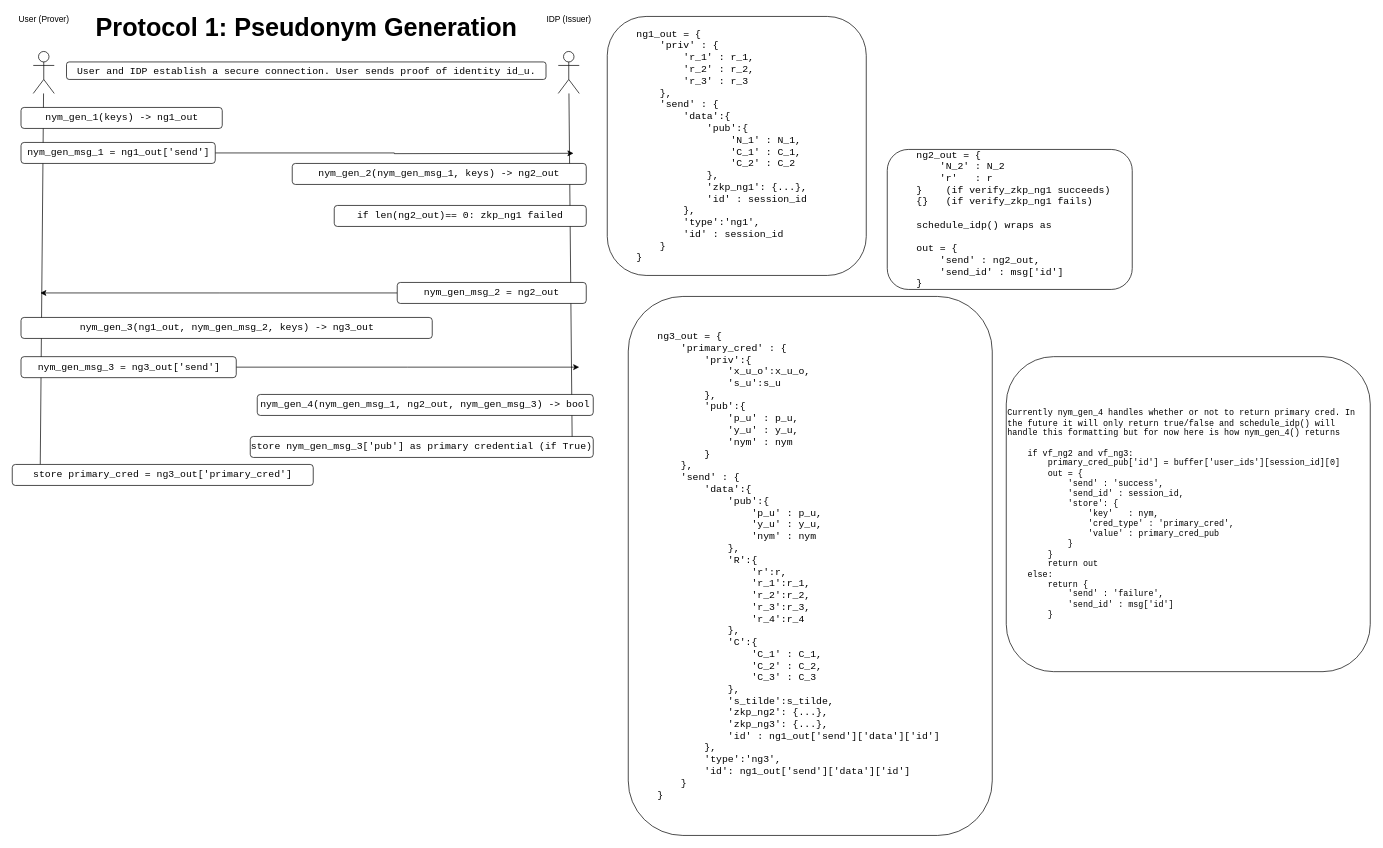
Above: page "Nym Gen" (4 of 8) of doc/Protocols.drawio in JacobGorman613/cl-api (draw.io), before the change. Source tidied: cells renumbered, new cells numbered last; positions are measured from the earlier drawing's top-left corner, leaving out a move shared by most shapes. Both pictures are drawn from the tidied source at 70%, with x=0, y=0 at pixel (12, 16).
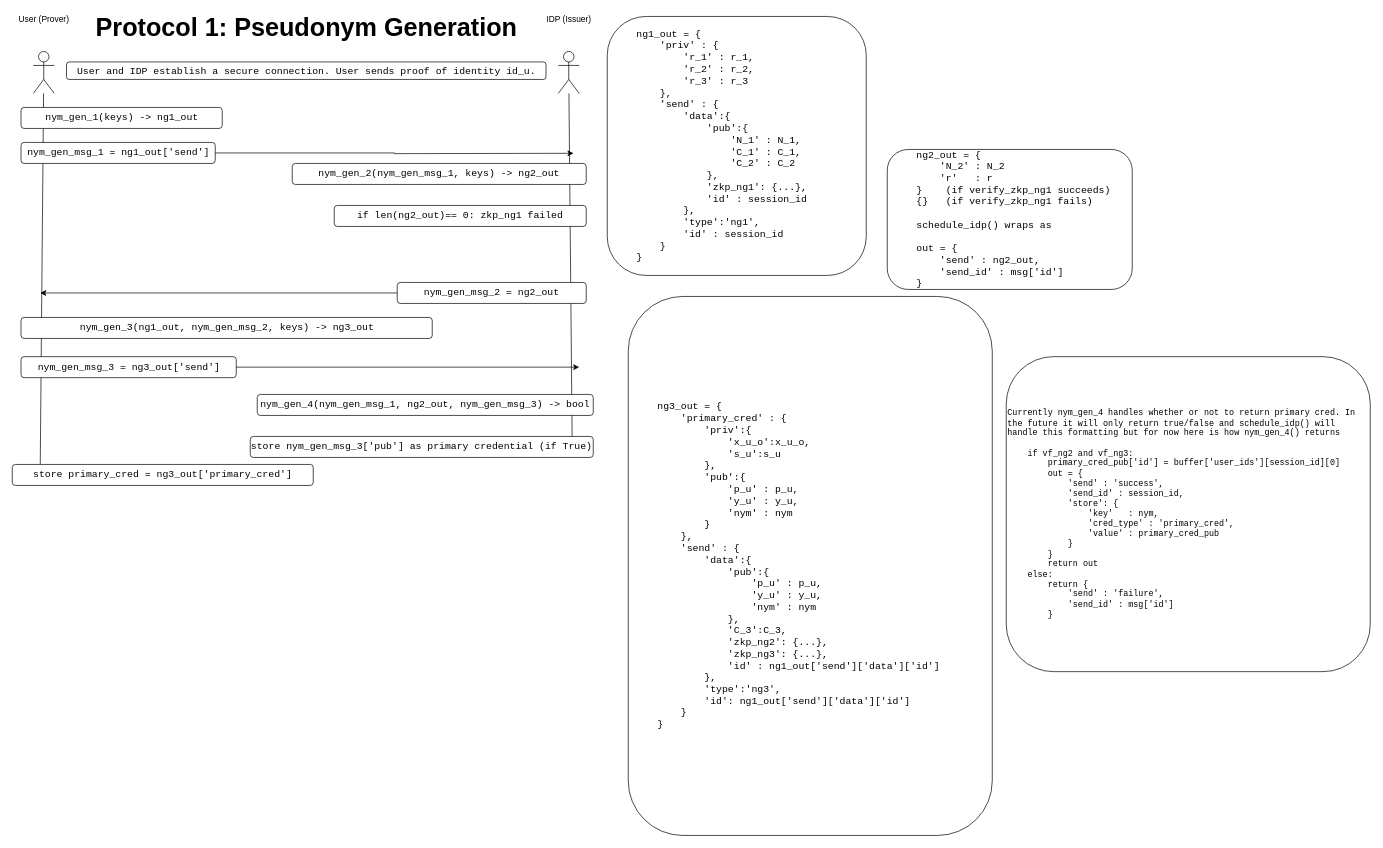
After the change.

Commit message (it also covers changes not shown here):
removed extra data from ng3_out and updated documentation accordingly

Change to the diagram source:
```diff
@@
-    <mxCell id="22" value="&lt;blockquote style=&quot;margin: 0 0 0 40px; border: none; padding: 0px;&quot;&gt;&lt;font face=&quot;Courier New&quot;&gt;&lt;span style=&quot;font-size: 14px;&quot;&gt;ng3_out = {&lt;br&gt;&lt;/span&gt;&lt;/font&gt;&lt;font face=&quot;Courier New&quot;&gt;&lt;span style=&quot;font-size: 14px;&quot;&gt;&amp;nbsp; &amp;nbsp; 'primary_cred' : {&lt;br&gt;&lt;/span&gt;&lt;/font&gt;&lt;font face=&quot;Courier New&quot;&gt;&lt;span style=&quot;font-size: 14px;&quot;&gt;&amp;nbsp; &amp;nbsp; &amp;nbsp; &amp;nbsp; 'priv':{&lt;br&gt;&lt;/span&gt;&lt;/font&gt;&lt;font face=&quot;Courier New&quot;&gt;&lt;span style=&quot;font-size: 14px;&quot;&gt;&amp;nbsp; &amp;nbsp; &amp;nbsp; &amp;nbsp; &amp;nbsp; &amp;nbsp; 'x_u_o':x_u_o,&lt;br&gt;&lt;/span&gt;&lt;/font&gt;&lt;font face=&quot;Courier New&quot;&gt;&lt;span style=&quot;font-size: 14px;&quot;&gt;&amp;nbsp; &amp;nbsp; &amp;nbsp; &amp;nbsp; &amp;nbsp; &amp;nbsp; 's_u':s_u&amp;nbsp; &amp;nbsp;&amp;nbsp;&lt;br&gt;&lt;/span&gt;&lt;/font&gt;&lt;font face=&quot;Courier New&quot;&gt;&lt;span style=&quot;font-size: 14px;&quot;&gt;&amp;nbsp; &amp;nbsp; &amp;nbsp; &amp;nbsp; },&lt;br&gt;&lt;/span&gt;&lt;/font&gt;&lt;font face=&quot;Courier New&quot;&gt;&lt;span style=&quot;font-size: 14px;&quot;&gt;&amp;nbsp; &amp;nbsp; &amp;nbsp; &amp;nbsp; 'pub':{&lt;br&gt;&lt;/span&gt;&lt;/font&gt;&lt;font face=&quot;Courier New&quot;&gt;&lt;span style=&quot;font-size: 14px;&quot;&gt;&amp;nbsp; &amp;nbsp; &amp;nbsp; &amp;nbsp; &amp;nbsp; &amp;nbsp; 'p_u' : p_u,&lt;br&gt;&lt;/span&gt;&lt;/font&gt;&lt;font face=&quot;Courier New&quot;&gt;&lt;span style=&quot;font-size: 14px;&quot;&gt;&amp;nbsp; &amp;nbsp; &amp;nbsp; &amp;nbsp; &amp;nbsp; &amp;nbsp; 'y_u' : y_u,&lt;br&gt;&lt;/span&gt;&lt;/font&gt;&lt;font face=&quot;Courier New&quot;&gt;&lt;span style=&quot;font-size: 14px;&quot;&gt;&amp;nbsp; &amp;nbsp; &amp;nbsp; &amp;nbsp; &amp;nbsp; &amp;nbsp; 'nym' : nym&lt;br&gt;&lt;/span&gt;&lt;/font&gt;&lt;font face=&quot;Courier New&quot;&gt;&lt;span style=&quot;font-size: 14px;&quot;&gt;&amp;nbsp; &amp;nbsp; &amp;nbsp; &amp;nbsp; }&lt;br&gt;&lt;/span&gt;&lt;/font&gt;&lt;font face=&quot;Courier New&quot;&gt;&lt;span style=&quot;font-size: 14px;&quot;&gt;&amp;nbsp; &amp;nbsp; },&lt;br&gt;&lt;/span&gt;&lt;/font&gt;&lt;font face=&quot;Courier New&quot;&gt;&lt;span style=&quot;font-size: 14px;&quot;&gt;&amp;nbsp; &amp;nbsp; 'send' : {&lt;br&gt;&lt;/span&gt;&lt;/font&gt;&lt;font face=&quot;Courier New&quot;&gt;&lt;span style=&quot;font-size: 14px;&quot;&gt;&amp;nbsp; &amp;nbsp; &amp;nbsp; &amp;nbsp; 'data':{&lt;br&gt;&lt;/span&gt;&lt;/font&gt;&lt;font face=&quot;Courier New&quot;&gt;&lt;span style=&quot;font-size: 14px;&quot;&gt;&amp;nbsp; &amp;nbsp; &amp;nbsp; &amp;nbsp; &amp;nbsp; &amp;nbsp; 'pub':{&lt;br&gt;&lt;/span&gt;&lt;/font&gt;&lt;font face=&quot;Courier New&quot;&gt;&lt;span style=&quot;font-size: 14px;&quot;&gt;&amp;nbsp; &amp;nbsp; &amp;nbsp; &amp;nbsp; &amp;nbsp; &amp;nbsp; &amp;nbsp; &amp;nbsp; 'p_u' : p_u,&lt;br&gt;&lt;/span&gt;&lt;/font&gt;&lt;font face=&quot;Courier New&quot;&gt;&lt;span style=&quot;font-size: 14px;&quot;&gt;&amp;nbsp; &amp;nbsp; &amp;nbsp; &amp;nbsp; &amp;nbsp; &amp;nbsp; &amp;nbsp; &amp;nbsp; 'y_u' : y_u,&lt;br&gt;&lt;/span&gt;&lt;/font&gt;&lt;font face=&quot;Courier New&quot;&gt;&lt;span style=&quot;font-size: 14px;&quot;&gt;&amp;nbsp; &amp;nbsp; &amp;nbsp; &amp;nbsp; &amp;nbsp; &amp;nbsp; &amp;nbsp; &amp;nbsp; 'nym' : nym&lt;br&gt;&lt;/span&gt;&lt;/font&gt;&lt;font face=&quot;Courier New&quot;&gt;&lt;span style=&quot;font-size: 14px;&quot;&gt;&amp;nbsp; &amp;nbsp; &amp;nbsp; &amp;nbsp; &amp;nbsp; &amp;nbsp; },&lt;br&gt;&lt;/span&gt;&lt;/font&gt;&lt;font face=&quot;Courier New&quot;&gt;&lt;span style=&quot;font-size: 14px;&quot;&gt;&amp;nbsp; &amp;nbsp; &amp;nbsp; &amp;nbsp; &amp;nbsp; &amp;nbsp; 'R':{&lt;br&gt;&lt;/span&gt;&lt;/font&gt;&lt;font face=&quot;Courier New&quot;&gt;&lt;span style=&quot;font-size: 14px;&quot;&gt;&amp;nbsp; &amp;nbsp; &amp;nbsp; &amp;nbsp; &amp;nbsp; &amp;nbsp; &amp;nbsp; &amp;nbsp; 'r':r,&lt;br&gt;&lt;/span&gt;&lt;/font&gt;&lt;font face=&quot;Courier New&quot;&gt;&lt;span style=&quot;font-size: 14px;&quot;&gt;&amp;nbsp; &amp;nbsp; &amp;nbsp; &amp;nbsp; &amp;nbsp; &amp;nbsp; &amp;nbsp; &amp;nbsp; 'r_1':r_1,&lt;br&gt;&lt;/span&gt;&lt;/font&gt;&lt;font face=&quot;Courier New&quot;&gt;&lt;span style=&quot;font-size: 14px;&quot;&gt;&amp;nbsp; &amp;nbsp; &amp;nbsp; &amp;nbsp; &amp;nbsp; &amp;nbsp; &amp;nbsp; &amp;nbsp; 'r_2':r_2,&lt;br&gt;&lt;/span&gt;&lt;/font&gt;&lt;font face=&quot;Courier New&quot;&gt;&lt;span style=&quot;font-size: 14px;&quot;&gt;&amp;nbsp; &amp;nbsp; &amp;nbsp; &amp;nbsp; &amp;nbsp; &amp;nbsp; &amp;nbsp; &amp;nbsp; 'r_3':r_3,&lt;br&gt;&lt;/span&gt;&lt;/font&gt;&lt;font face=&quot;Courier New&quot;&gt;&lt;span style=&quot;font-size: 14px;&quot;&gt;&amp;nbsp; &amp;nbsp; &amp;nbsp; &amp;nbsp; &amp;nbsp; &amp;nbsp; &amp;nbsp; &amp;nbsp; 'r_4':r_4&lt;br&gt;&lt;/span&gt;&lt;/font&gt;&lt;font face=&quot;Courier New&quot;&gt;&lt;span style=&quot;font-size: 14px;&quot;&gt;&amp;nbsp; &amp;nbsp; &amp;nbsp; &amp;nbsp; &amp;nbsp; &amp;nbsp; },&lt;br&gt;&lt;/span&gt;&lt;/font&gt;&lt;font face=&quot;Courier New&quot;&gt;&lt;span style=&quot;font-size: 14px;&quot;&gt;&amp;nbsp; &amp;nbsp; &amp;nbsp; &amp;nbsp; &amp;nbsp; &amp;nbsp; 'C':{&lt;br&gt;&lt;/span&gt;&lt;/font&gt;&lt;font face=&quot;Courier New&quot;&gt;&lt;span style=&quot;font-size: 14px;&quot;&gt;&amp;nbsp; &amp;nbsp; &amp;nbsp; &amp;nbsp; &amp;nbsp; &amp;nbsp; &amp;nbsp; &amp;nbsp; 'C_1' : C_1,&lt;br&gt;&lt;/span&gt;&lt;/font&gt;&lt;font face=&quot;Courier New&quot;&gt;&lt;span style=&quot;font-size: 14px;&quot;&gt;&amp;nbsp; &amp;nbsp; &amp;nbsp; &amp;nbsp; &amp;nbsp; &amp;nbsp; &amp;nbsp; &amp;nbsp; 'C_2' : C_2,&lt;br&gt;&lt;/span&gt;&lt;/font&gt;&lt;font face=&quot;Courier New&quot;&gt;&lt;span style=&quot;font-size: 14px;&quot;&gt;&amp;nbsp; &amp;nbsp; &amp;nbsp; &amp;nbsp; &amp;nbsp; &amp;nbsp; &amp;nbsp; &amp;nbsp; 'C_3' : C_3&lt;br&gt;&lt;/span&gt;&lt;/font&gt;&lt;font face=&quot;Courier New&quot;&gt;&lt;span style=&quot;font-size: 14px;&quot;&gt;&amp;nbsp; &amp;nbsp; &amp;nbsp; &amp;nbsp; &amp;nbsp; &amp;nbsp; },&lt;br&gt;&lt;/span&gt;&lt;/font&gt;&lt;font face=&quot;Courier New&quot;&gt;&lt;span style=&quot;font-size: 14px;&quot;&gt;&amp;nbsp; &amp;nbsp; &amp;nbsp; &amp;nbsp; &amp;nbsp; &amp;nbsp; 's_tilde':s_tilde,&lt;br&gt;&lt;/span&gt;&lt;/font&gt;&lt;font face=&quot;Courier New&quot;&gt;&lt;span style=&quot;font-size: 14px;&quot;&gt;&amp;nbsp; &amp;nbsp; &amp;nbsp; &amp;nbsp; &amp;nbsp; &amp;nbsp; 'zkp_ng2': {...},&lt;br&gt;&lt;/span&gt;&lt;/font&gt;&lt;font face=&quot;Courier New&quot;&gt;&lt;span style=&quot;font-size: 14px;&quot;&gt;&amp;nbsp; &amp;nbsp; &amp;nbsp; &amp;nbsp; &amp;nbsp; &amp;nbsp; 'zkp_ng3': {...},&lt;br&gt;&lt;/span&gt;&lt;/font&gt;&lt;font face=&quot;Courier New&quot;&gt;&lt;span style=&quot;font-size: 14px;&quot;&gt;&amp;nbsp; &amp;nbsp; &amp;nbsp; &amp;nbsp; &amp;nbsp; &amp;nbsp; 'id' : ng1_out['send']['data']['id']&lt;br&gt;&lt;/span&gt;&lt;/font&gt;&lt;font face=&quot;Courier New&quot;&gt;&lt;span style=&quot;font-size: 14px;&quot;&gt;&amp;nbsp; &amp;nbsp; &amp;nbsp; &amp;nbsp; },&lt;br&gt;&lt;/span&gt;&lt;/font&gt;&lt;font face=&quot;Courier New&quot;&gt;&lt;span style=&quot;font-size: 14px;&quot;&gt;&amp;nbsp; &amp;nbsp; &amp;nbsp; &amp;nbsp; 'type':'ng3',&lt;br&gt;&lt;/span&gt;&lt;/font&gt;&lt;font face=&quot;Courier New&quot;&gt;&lt;span style=&quot;font-size: 14px;&quot;&gt;&amp;nbsp; &amp;nbsp; &amp;nbsp; &amp;nbsp; 'id': ng1_out['send']['data']['id']&lt;br&gt;&lt;/span&gt;&lt;/font&gt;&lt;font face=&quot;Courier New&quot;&gt;&lt;span style=&quot;font-size: 14px;&quot;&gt;&amp;nbsp; &amp;nbsp; }&lt;br&gt;&lt;/span&gt;&lt;/font&gt;&lt;font face=&quot;Courier New&quot;&gt;&lt;span style=&quot;font-size: 14px;&quot;&gt;}&lt;/span&gt;&lt;/font&gt;&lt;/blockquote&gt;" style="rounded=1;whiteSpace=wrap;html=1;align=left;" parent="1" vertex="1">
+    <mxCell id="22" value="&lt;blockquote style=&quot;margin: 0 0 0 40px; border: none; padding: 0px;&quot;&gt;&lt;font face=&quot;Courier New&quot;&gt;&lt;span style=&quot;font-size: 14px;&quot;&gt;ng3_out = {&lt;br&gt;&lt;/span&gt;&lt;/font&gt;&lt;font face=&quot;Courier New&quot;&gt;&lt;span style=&quot;font-size: 14px;&quot;&gt;&amp;nbsp; &amp;nbsp; 'primary_cred' : {&lt;br&gt;&lt;/span&gt;&lt;/font&gt;&lt;font face=&quot;Courier New&quot;&gt;&lt;span style=&quot;font-size: 14px;&quot;&gt;&amp;nbsp; &amp;nbsp; &amp;nbsp; &amp;nbsp; 'priv':{&lt;br&gt;&lt;/span&gt;&lt;/font&gt;&lt;font face=&quot;Courier New&quot;&gt;&lt;span style=&quot;font-size: 14px;&quot;&gt;&amp;nbsp; &amp;nbsp; &amp;nbsp; &amp;nbsp; &amp;nbsp; &amp;nbsp; 'x_u_o':x_u_o,&lt;br&gt;&lt;/span&gt;&lt;/font&gt;&lt;font face=&quot;Courier New&quot;&gt;&lt;span style=&quot;font-size: 14px;&quot;&gt;&amp;nbsp; &amp;nbsp; &amp;nbsp; &amp;nbsp; &amp;nbsp; &amp;nbsp; 's_u':s_u&amp;nbsp; &amp;nbsp;&amp;nbsp;&lt;br&gt;&lt;/span&gt;&lt;/font&gt;&lt;font face=&quot;Courier New&quot;&gt;&lt;span style=&quot;font-size: 14px;&quot;&gt;&amp;nbsp; &amp;nbsp; &amp;nbsp; &amp;nbsp; },&lt;br&gt;&lt;/span&gt;&lt;/font&gt;&lt;font face=&quot;Courier New&quot;&gt;&lt;span style=&quot;font-size: 14px;&quot;&gt;&amp;nbsp; &amp;nbsp; &amp;nbsp; &amp;nbsp; 'pub':{&lt;br&gt;&lt;/span&gt;&lt;/font&gt;&lt;font face=&quot;Courier New&quot;&gt;&lt;span style=&quot;font-size: 14px;&quot;&gt;&amp;nbsp; &amp;nbsp; &amp;nbsp; &amp;nbsp; &amp;nbsp; &amp;nbsp; 'p_u' : p_u,&lt;br&gt;&lt;/span&gt;&lt;/font&gt;&lt;font face=&quot;Courier New&quot;&gt;&lt;span style=&quot;font-size: 14px;&quot;&gt;&amp;nbsp; &amp;nbsp; &amp;nbsp; &amp;nbsp; &amp;nbsp; &amp;nbsp; 'y_u' : y_u,&lt;br&gt;&lt;/span&gt;&lt;/font&gt;&lt;font face=&quot;Courier New&quot;&gt;&lt;span style=&quot;font-size: 14px;&quot;&gt;&amp;nbsp; &amp;nbsp; &amp;nbsp; &amp;nbsp; &amp;nbsp; &amp;nbsp; 'nym' : nym&lt;br&gt;&lt;/span&gt;&lt;/font&gt;&lt;font face=&quot;Courier New&quot;&gt;&lt;span style=&quot;font-size: 14px;&quot;&gt;&amp;nbsp; &amp;nbsp; &amp;nbsp; &amp;nbsp; }&lt;br&gt;&lt;/span&gt;&lt;/font&gt;&lt;font face=&quot;Courier New&quot;&gt;&lt;span style=&quot;font-size: 14px;&quot;&gt;&amp;nbsp; &amp;nbsp; },&lt;br&gt;&lt;/span&gt;&lt;/font&gt;&lt;font face=&quot;Courier New&quot;&gt;&lt;span style=&quot;font-size: 14px;&quot;&gt;&amp;nbsp; &amp;nbsp; 'send' : {&lt;br&gt;&lt;/span&gt;&lt;/font&gt;&lt;font face=&quot;Courier New&quot;&gt;&lt;span style=&quot;font-size: 14px;&quot;&gt;&amp;nbsp; &amp;nbsp; &amp;nbsp; &amp;nbsp; 'data':{&lt;br&gt;&lt;/span&gt;&lt;/font&gt;&lt;font face=&quot;Courier New&quot;&gt;&lt;span style=&quot;font-size: 14px;&quot;&gt;&amp;nbsp; &amp;nbsp; &amp;nbsp; &amp;nbsp; &amp;nbsp; &amp;nbsp; 'pub':{&lt;br&gt;&lt;/span&gt;&lt;/font&gt;&lt;font face=&quot;Courier New&quot;&gt;&lt;span style=&quot;font-size: 14px;&quot;&gt;&amp;nbsp; &amp;nbsp; &amp;nbsp; &amp;nbsp; &amp;nbsp; &amp;nbsp; &amp;nbsp; &amp;nbsp; 'p_u' : p_u,&lt;br&gt;&lt;/span&gt;&lt;/font&gt;&lt;font face=&quot;Courier New&quot;&gt;&lt;span style=&quot;font-size: 14px;&quot;&gt;&amp;nbsp; &amp;nbsp; &amp;nbsp; &amp;nbsp; &amp;nbsp; &amp;nbsp; &amp;nbsp; &amp;nbsp; 'y_u' : y_u,&lt;br&gt;&lt;/span&gt;&lt;/font&gt;&lt;font face=&quot;Courier New&quot;&gt;&lt;span style=&quot;font-size: 14px;&quot;&gt;&amp;nbsp; &amp;nbsp; &amp;nbsp; &amp;nbsp; &amp;nbsp; &amp;nbsp; &amp;nbsp; &amp;nbsp; 'nym' : nym&lt;br&gt;&lt;/span&gt;&lt;/font&gt;&lt;font face=&quot;Courier New&quot;&gt;&lt;span style=&quot;font-size: 14px;&quot;&gt;&amp;nbsp; &amp;nbsp; &amp;nbsp; &amp;nbsp; &amp;nbsp; &amp;nbsp; },&lt;/span&gt;&lt;/font&gt;&lt;/blockquote&gt;&lt;blockquote style=&quot;margin: 0 0 0 40px; border: none; padding: 0px;&quot;&gt;&lt;font face=&quot;Courier New&quot;&gt;&lt;span style=&quot;font-size: 14px;&quot;&gt;&amp;nbsp; &amp;nbsp; &amp;nbsp; &amp;nbsp; &amp;nbsp; &amp;nbsp; 'C_3':C_3,&lt;/span&gt;&lt;/font&gt;&lt;font face=&quot;Courier New&quot;&gt;&lt;span style=&quot;font-size: 14px;&quot;&gt;&lt;br&gt;&lt;/span&gt;&lt;/font&gt;&lt;font face=&quot;Courier New&quot;&gt;&lt;span style=&quot;font-size: 14px;&quot;&gt;&amp;nbsp; &amp;nbsp; &amp;nbsp; &amp;nbsp; &amp;nbsp; &amp;nbsp; 'zkp_ng2': {...},&lt;br&gt;&lt;/span&gt;&lt;/font&gt;&lt;font face=&quot;Courier New&quot;&gt;&lt;span style=&quot;font-size: 14px;&quot;&gt;&amp;nbsp; &amp;nbsp; &amp;nbsp; &amp;nbsp; &amp;nbsp; &amp;nbsp; 'zkp_ng3': {...},&lt;br&gt;&lt;/span&gt;&lt;/font&gt;&lt;font face=&quot;Courier New&quot;&gt;&lt;span style=&quot;font-size: 14px;&quot;&gt;&amp;nbsp; &amp;nbsp; &amp;nbsp; &amp;nbsp; &amp;nbsp; &amp;nbsp; 'id' : ng1_out['send']['data']['id']&lt;br&gt;&lt;/span&gt;&lt;/font&gt;&lt;font face=&quot;Courier New&quot;&gt;&lt;span style=&quot;font-size: 14px;&quot;&gt;&amp;nbsp; &amp;nbsp; &amp;nbsp; &amp;nbsp; },&lt;br&gt;&lt;/span&gt;&lt;/font&gt;&lt;font face=&quot;Courier New&quot;&gt;&lt;span style=&quot;font-size: 14px;&quot;&gt;&amp;nbsp; &amp;nbsp; &amp;nbsp; &amp;nbsp; 'type':'ng3',&lt;br&gt;&lt;/span&gt;&lt;/font&gt;&lt;font face=&quot;Courier New&quot;&gt;&lt;span style=&quot;font-size: 14px;&quot;&gt;&amp;nbsp; &amp;nbsp; &amp;nbsp; &amp;nbsp; 'id': ng1_out['send']['data']['id']&lt;br&gt;&lt;/span&gt;&lt;/font&gt;&lt;font face=&quot;Courier New&quot;&gt;&lt;span style=&quot;font-size: 14px;&quot;&gt;&amp;nbsp; &amp;nbsp; }&lt;br&gt;&lt;/span&gt;&lt;/font&gt;&lt;font face=&quot;Courier New&quot;&gt;&lt;span style=&quot;font-size: 14px;&quot;&gt;}&lt;/span&gt;&lt;/font&gt;&lt;/blockquote&gt;" style="rounded=1;whiteSpace=wrap;html=1;align=left;" parent="1" vertex="1">
       <mxGeometry x="880" y="400" width="520" height="770" as="geometry" />
     </mxCell>
```
